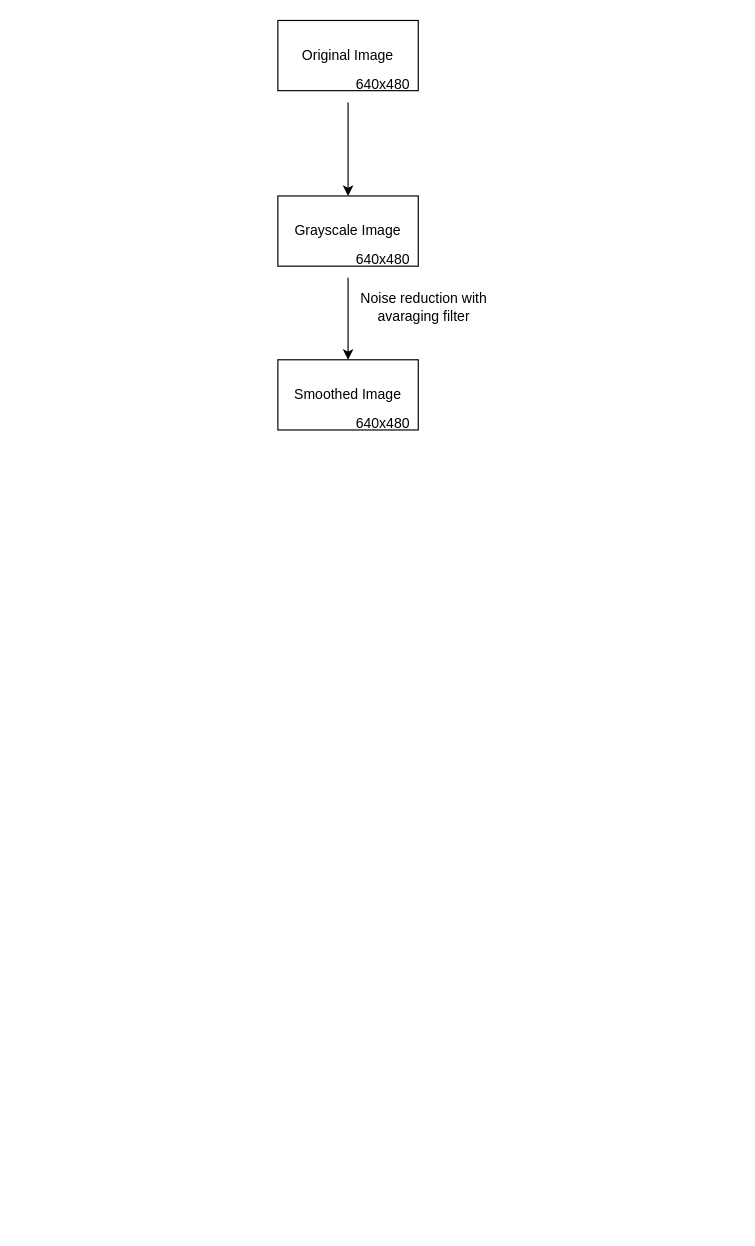
Before: Başlıksız Diyagram.drawio in musalmaz/c_progress, a draw.io diagram. Source tidied: cells renumbered, new cells numbered last; positions are measured from the earlier drawing's top-left corner, leaving out a move shared by most shapes. Both pictures are drawn from the tidied source at 117%, with x=0, y=0 at pixel (277, 20).
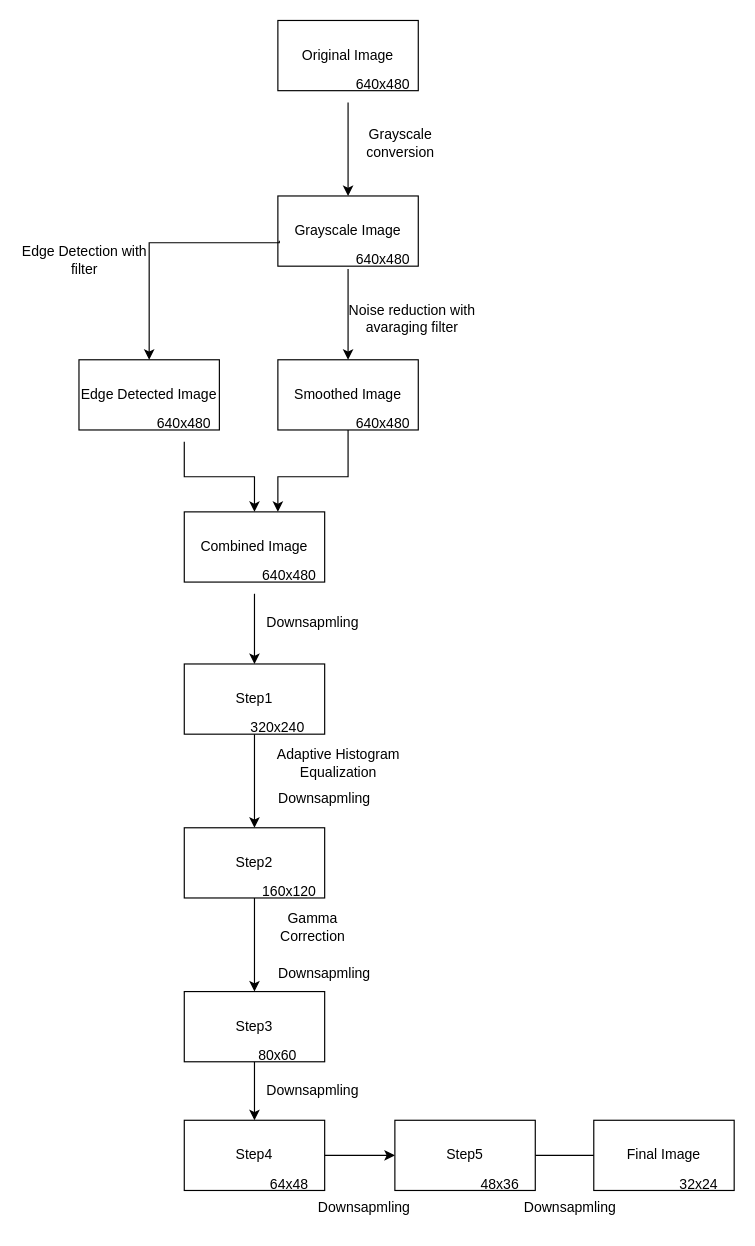
The same diagram, later.

Unchanged cells that the change refers to:
```xml
<mxCell id="3" value="Grayscale Image" style="rounded=0;whiteSpace=wrap;html=1;" parent="1" vertex="1">
  <mxGeometry y="150" width="120" height="60" as="geometry" />
</mxCell>
<mxCell id="7" value="640x480" style="text;html=1;strokeColor=none;fillColor=none;align=center;verticalAlign=middle;whiteSpace=wrap;rounded=0;" parent="1" vertex="1">
  <mxGeometry x="60" y="190" width="60" height="30" as="geometry" />
</mxCell>
<mxCell id="8" value="Smoothed Image" style="rounded=0;whiteSpace=wrap;html=1;" parent="1" vertex="1">
  <mxGeometry y="290" width="120" height="60" as="geometry" />
</mxCell>
```

The edit, as a diff of the source:
```diff
@@
-    <mxCell id="6" style="edgeStyle=orthogonalEdgeStyle;rounded=0;jettySize=auto;html=1;" parent="1" edge="1" source="7" target="8">
+    <mxCell id="6" style="edgeStyle=orthogonalEdgeStyle;rounded=0;jettySize=auto;html=1;exitX=0;exitY=0.75;exitDx=0;exitDy=0;" parent="1" edge="1" source="7" target="8">
       <mxGeometry relative="1" as="geometry">
         <Array as="points">
           <mxPoint x="60" y="230" />
           <mxPoint x="60" y="230" />
         </Array>
       </mxGeometry>
     </mxCell>
@@
+    <mxCell id="11" style="edgeStyle=orthogonalEdgeStyle;rounded=0;jettySize=auto;html=1;" parent="1" edge="1" source="8" target="16">
+      <mxGeometry relative="1" as="geometry">
+        <Array as="points">
+          <mxPoint x="60" y="390" />
+          <mxPoint y="390" />
+        </Array>
+      </mxGeometry>
+    </mxCell>
@@
     <mxCell id="9" value="Noise reduction with avaraging filter" style="text;html=1;strokeColor=none;fillColor=none;align=center;verticalAlign=middle;whiteSpace=wrap;rounded=0;" parent="1" vertex="1">
-      <mxGeometry x="60" y="230" width="130" height="30" as="geometry" />
+      <mxGeometry x="50" y="240" width="130" height="30" as="geometry" />
     </mxCell>
@@
+    <mxCell id="12" value="Edge Detected Image" style="rounded=0;whiteSpace=wrap;html=1;" parent="1" vertex="1">
+      <mxGeometry x="-170" y="290" width="120" height="60" as="geometry" />
+    </mxCell>
+    <mxCell id="13" style="edgeStyle=orthogonalEdgeStyle;rounded=0;jettySize=auto;html=1;" parent="1" edge="1" source="14" target="16">
+      <mxGeometry relative="1" as="geometry" />
+    </mxCell>
+    <mxCell id="14" value="640x480" style="text;html=1;strokeColor=none;fillColor=none;align=center;verticalAlign=middle;whiteSpace=wrap;rounded=0;" parent="1" vertex="1">
+      <mxGeometry x="-110" y="330" width="60" height="30" as="geometry" />
+    </mxCell>
+    <mxCell id="15" style="edgeStyle=orthogonalEdgeStyle;rounded=0;jettySize=auto;html=1;entryX=0.5;entryY=0;entryDx=0;entryDy=0;exitX=0.01;exitY=0.637;exitDx=0;exitDy=0;exitPerimeter=0;" parent="1" edge="1" source="3" target="12">
+      <mxGeometry relative="1" as="geometry">
+        <Array as="points">
+          <mxPoint x="1" y="190" />
+          <mxPoint x="-110" y="190" />
+        </Array>
+      </mxGeometry>
+    </mxCell>
+    <mxCell id="16" value="Combined Image" style="rounded=0;whiteSpace=wrap;html=1;" parent="1" vertex="1">
+      <mxGeometry x="-80" y="420" width="120" height="60" as="geometry" />
+    </mxCell>
+    <mxCell id="17" style="edgeStyle=orthogonalEdgeStyle;rounded=0;jettySize=auto;html=1;" parent="1" edge="1" source="18" target="20">
+      <mxGeometry relative="1" as="geometry">
+        <Array as="points">
+          <mxPoint x="-20" y="500" />
+          <mxPoint x="-20" y="500" />
+        </Array>
+      </mxGeometry>
+    </mxCell>
+    <mxCell id="18" value="640x480" style="text;html=1;strokeColor=none;fillColor=none;align=center;verticalAlign=middle;whiteSpace=wrap;rounded=0;" parent="1" vertex="1">
+      <mxGeometry x="-20" y="460" width="60" height="30" as="geometry" />
+    </mxCell>
+    <mxCell id="19" style="edgeStyle=orthogonalEdgeStyle;rounded=0;jettySize=auto;html=1;" parent="1" edge="1" source="20" target="25">
+      <mxGeometry relative="1" as="geometry" />
+    </mxCell>
+    <mxCell id="20" value="Step1" style="rounded=0;whiteSpace=wrap;html=1;" parent="1" vertex="1">
+      <mxGeometry x="-80" y="550" width="120" height="60" as="geometry" />
+    </mxCell>
+    <mxCell id="21" value="Downsapmling" style="text;html=1;strokeColor=none;fillColor=none;align=center;verticalAlign=middle;whiteSpace=wrap;rounded=0;" parent="1" vertex="1">
+      <mxGeometry y="500" width="60" height="30" as="geometry" />
+    </mxCell>
+    <mxCell id="22" value="320x240" style="text;html=1;strokeColor=none;fillColor=none;align=center;verticalAlign=middle;whiteSpace=wrap;rounded=0;" parent="1" vertex="1">
+      <mxGeometry x="-30" y="590" width="60" height="30" as="geometry" />
+    </mxCell>
+    <mxCell id="23" value="Edge Detection with filter" style="text;html=1;strokeColor=none;fillColor=none;align=center;verticalAlign=middle;whiteSpace=wrap;rounded=0;" parent="1" vertex="1">
+      <mxGeometry x="-220" y="190" width="110" height="30" as="geometry" />
+    </mxCell>
+    <mxCell id="24" style="edgeStyle=orthogonalEdgeStyle;rounded=0;jettySize=auto;html=1;" parent="1" edge="1" source="25" target="30">
+      <mxGeometry relative="1" as="geometry" />
+    </mxCell>
+    <mxCell id="25" value="Step2" style="rounded=0;whiteSpace=wrap;html=1;" parent="1" vertex="1">
+      <mxGeometry x="-80" y="690" width="120" height="60" as="geometry" />
+    </mxCell>
+    <mxCell id="26" value="Adaptive Histogram Equalization" style="text;html=1;strokeColor=none;fillColor=none;align=center;verticalAlign=middle;whiteSpace=wrap;rounded=0;" parent="1" vertex="1">
+      <mxGeometry x="-16" y="620" width="136" height="30" as="geometry" />
+    </mxCell>
+    <mxCell id="27" value="Downsapmling" style="text;html=1;strokeColor=none;fillColor=none;align=center;verticalAlign=middle;whiteSpace=wrap;rounded=0;" parent="1" vertex="1">
+      <mxGeometry x="10" y="650" width="60" height="30" as="geometry" />
+    </mxCell>
+    <mxCell id="28" value="160x120" style="text;html=1;strokeColor=none;fillColor=none;align=center;verticalAlign=middle;whiteSpace=wrap;rounded=0;" parent="1" vertex="1">
+      <mxGeometry x="-20" y="730" width="60" height="30" as="geometry" />
+    </mxCell>
+    <mxCell id="29" style="edgeStyle=orthogonalEdgeStyle;rounded=0;jettySize=auto;html=1;" parent="1" edge="1" source="30" target="35">
+      <mxGeometry relative="1" as="geometry" />
+    </mxCell>
+    <mxCell id="30" value="Step3" style="rounded=0;whiteSpace=wrap;html=1;" parent="1" vertex="1">
+      <mxGeometry x="-80" y="830" width="120" height="60" as="geometry" />
+    </mxCell>
+    <mxCell id="31" value="Gamma Correction" style="text;html=1;strokeColor=none;fillColor=none;align=center;verticalAlign=middle;whiteSpace=wrap;rounded=0;" parent="1" vertex="1">
+      <mxGeometry y="760" width="60" height="30" as="geometry" />
+    </mxCell>
+    <mxCell id="32" value="Downsapmling" style="text;html=1;strokeColor=none;fillColor=none;align=center;verticalAlign=middle;whiteSpace=wrap;rounded=0;" parent="1" vertex="1">
+      <mxGeometry x="10" y="800" width="60" height="30" as="geometry" />
+    </mxCell>
+    <mxCell id="33" value="80x60" style="text;html=1;strokeColor=none;fillColor=none;align=center;verticalAlign=middle;whiteSpace=wrap;rounded=0;" parent="1" vertex="1">
+      <mxGeometry x="-30" y="870" width="60" height="30" as="geometry" />
+    </mxCell>
+    <mxCell id="34" style="edgeStyle=orthogonalEdgeStyle;rounded=0;jettySize=auto;html=1;" parent="1" edge="1" source="35" target="39">
+      <mxGeometry relative="1" as="geometry" />
+    </mxCell>
+    <mxCell id="35" value="Step4" style="rounded=0;whiteSpace=wrap;html=1;" parent="1" vertex="1">
+      <mxGeometry x="-80" y="940" width="120" height="60" as="geometry" />
+    </mxCell>
+    <mxCell id="36" value="Downsapmling" style="text;html=1;strokeColor=none;fillColor=none;align=center;verticalAlign=middle;whiteSpace=wrap;rounded=0;" parent="1" vertex="1">
+      <mxGeometry y="900" width="60" height="30" as="geometry" />
+    </mxCell>
+    <mxCell id="37" value="64x48" style="text;html=1;strokeColor=none;fillColor=none;align=center;verticalAlign=middle;whiteSpace=wrap;rounded=0;" parent="1" vertex="1">
+      <mxGeometry x="-20" y="980" width="60" height="30" as="geometry" />
+    </mxCell>
+    <mxCell id="38" style="edgeStyle=orthogonalEdgeStyle;rounded=0;jettySize=auto;html=1;" parent="1" edge="1" source="39" target="43">
+      <mxGeometry relative="1" as="geometry" />
+    </mxCell>
+    <mxCell id="39" value="Step5" style="rounded=0;whiteSpace=wrap;html=1;" parent="1" vertex="1">
+      <mxGeometry x="100" y="940" width="120" height="60" as="geometry" />
+    </mxCell>
+    <mxCell id="40" value="48x36" style="text;html=1;strokeColor=none;fillColor=none;align=center;verticalAlign=middle;whiteSpace=wrap;rounded=0;" parent="1" vertex="1">
+      <mxGeometry x="160" y="980" width="60" height="30" as="geometry" />
+    </mxCell>
+    <mxCell id="41" value="Downsapmling" style="text;html=1;strokeColor=none;fillColor=none;align=center;verticalAlign=middle;whiteSpace=wrap;rounded=0;" parent="1" vertex="1">
+      <mxGeometry x="44" y="1000" width="60" height="30" as="geometry" />
+    </mxCell>
+    <mxCell id="42" value="Final Image" style="rounded=0;whiteSpace=wrap;html=1;" parent="1" vertex="1">
+      <mxGeometry x="270" y="940" width="120" height="60" as="geometry" />
+    </mxCell>
+    <mxCell id="43" value="32x24" style="text;html=1;strokeColor=none;fillColor=none;align=center;verticalAlign=middle;whiteSpace=wrap;rounded=0;" parent="1" vertex="1">
+      <mxGeometry x="330" y="980" width="60" height="30" as="geometry" />
+    </mxCell>
+    <mxCell id="44" value="Downsapmling" style="text;html=1;strokeColor=none;fillColor=none;align=center;verticalAlign=middle;whiteSpace=wrap;rounded=0;" parent="1" vertex="1">
+      <mxGeometry x="220" y="1000" width="60" height="30" as="geometry" />
+    </mxCell>
+    <mxCell id="45" value="Grayscale conversion" style="text;html=1;strokeColor=none;fillColor=none;align=center;verticalAlign=middle;whiteSpace=wrap;rounded=0;" parent="1" vertex="1">
+      <mxGeometry x="60" y="90" width="90" height="30" as="geometry" />
+    </mxCell>
```
